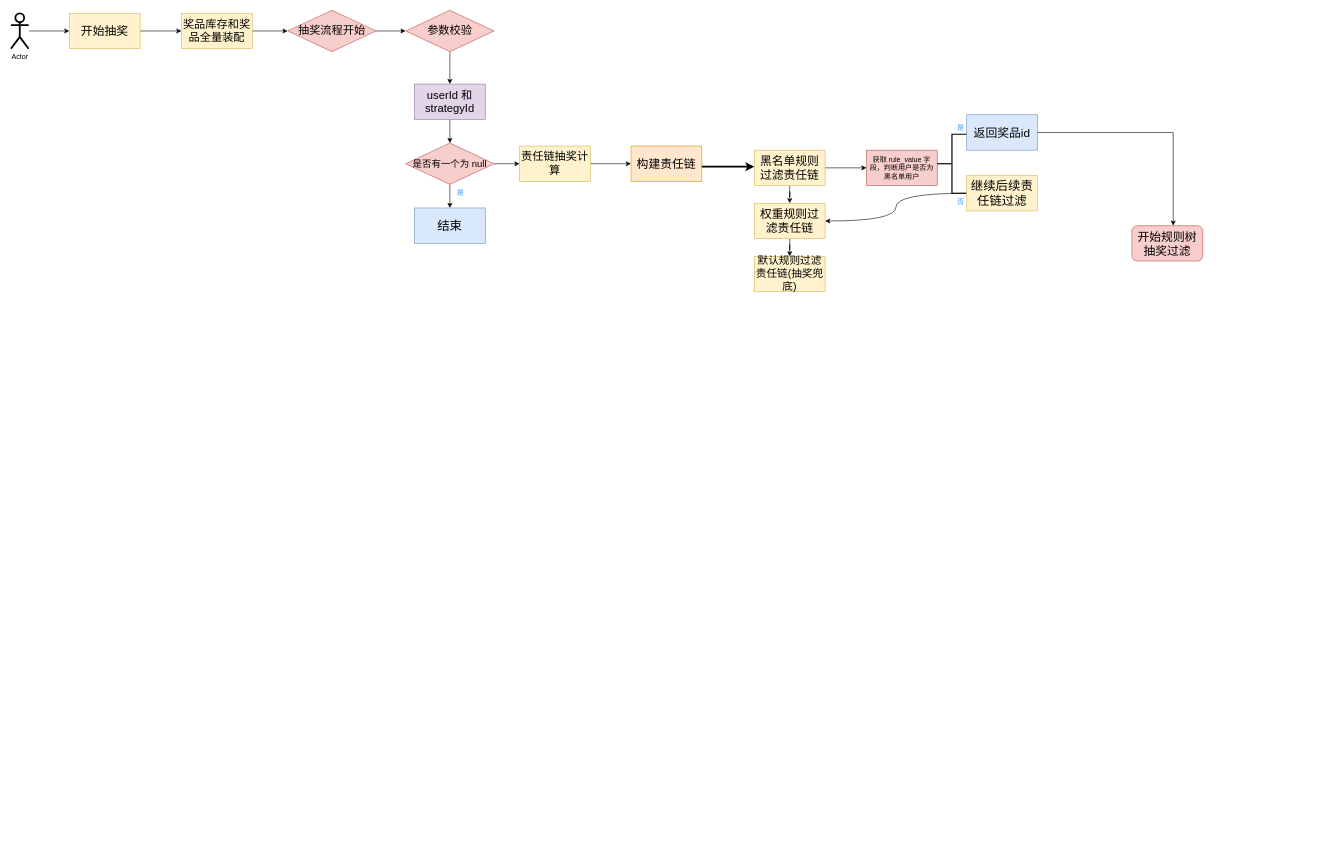
This is images/big-market一阶段流程图.drawio from LYT0905/big-market, a draw.io file, before an edit. Source tidied: cells renumbered, new cells numbered last; positions are measured from the earlier drawing's top-left corner, leaving out a move shared by most shapes. Both pictures are drawn from the tidied source at 59%, with x=0, y=0 at pixel (11, 10).
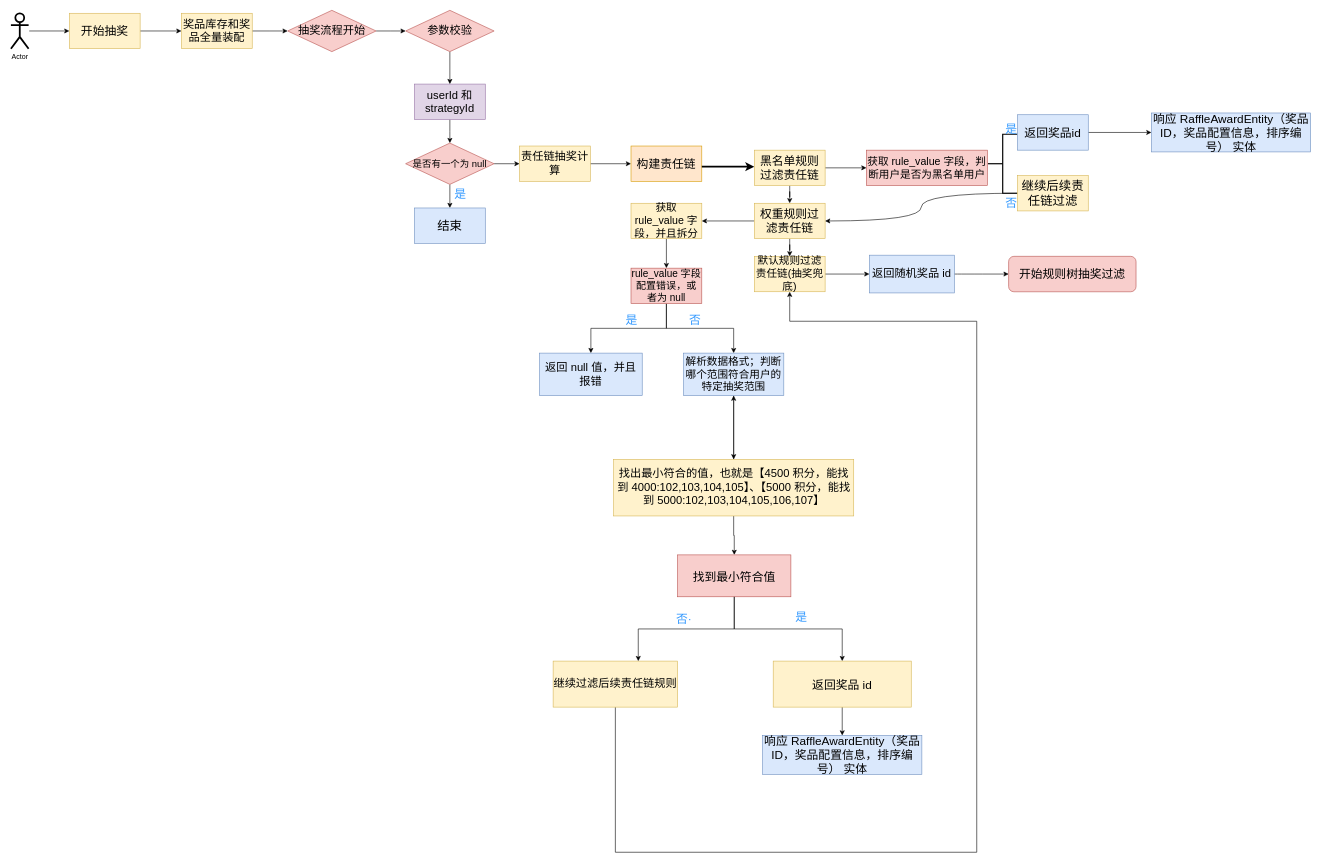
After the change.

Commit message (it also covers changes not shown here):
更新big-market一阶段流程图.drawio

Unchanged cells that the change refers to:
```xml
<mxCell id="27" value="&lt;font style=&quot;font-size: 20px;&quot;&gt;权重规则过滤责任链&lt;/font&gt;" style="rounded=0;whiteSpace=wrap;html=1;fillColor=#fff2cc;strokeColor=#d6b656;" parent="1" vertex="1">
  <mxGeometry x="1260" y="327" width="120" height="60" as="geometry" />
</mxCell>
<mxCell id="28" value="&lt;font style=&quot;font-size: 18px;&quot;&gt;默认规则过滤责任链(抽奖兜底)&lt;/font&gt;" style="rounded=0;whiteSpace=wrap;html=1;fillColor=#fff2cc;strokeColor=#d6b656;" parent="1" vertex="1">
  <mxGeometry x="1260" y="417" width="120" height="60" as="geometry" />
</mxCell>
```

What changed in the source:
```diff
@@
-    <mxCell id="16" value="&lt;font color=&quot;#3399ff&quot;&gt;是&lt;/font&gt;" style="text;strokeColor=none;align=center;fillColor=none;html=1;verticalAlign=middle;whiteSpace=wrap;rounded=0;" parent="1" vertex="1">
+    <mxCell id="16" value="&lt;font style=&quot;font-size: 20px;&quot; color=&quot;#3399ff&quot;&gt;是&lt;/font&gt;" style="text;strokeColor=none;align=center;fillColor=none;html=1;verticalAlign=middle;whiteSpace=wrap;rounded=0;" parent="1" vertex="1">
       <mxGeometry x="732" y="295" width="60" height="30" as="geometry" />
     </mxCell>
@@
+    <mxCell id="38" style="edgeStyle=orthogonalEdgeStyle;rounded=0;jettySize=auto;html=1;" parent="1" edge="1" source="27" target="42">
+      <mxGeometry relative="1" as="geometry" />
+    </mxCell>
@@
+    <mxCell id="39" style="edgeStyle=orthogonalEdgeStyle;shape=connector;rounded=0;jettySize=auto;html=1;strokeColor=default;align=center;verticalAlign=middle;fontFamily=Helvetica;fontSize=11;fontColor=default;labelBackgroundColor=default;elbow=vertical;endArrow=classic;" parent="1" edge="1" source="28" target="64">
+      <mxGeometry relative="1" as="geometry" />
+    </mxCell>
@@
-    <mxCell id="29" value="获取 rule_value 字段，判断用户是否为黑名单用户" style="rounded=0;whiteSpace=wrap;html=1;fillColor=#f8cecc;strokeColor=#b85450;" parent="1" vertex="1">
-      <mxGeometry x="1450" y="237" width="120" height="60" as="geometry" />
+    <mxCell id="29" value="&lt;font style=&quot;font-size: 18px;&quot;&gt;获取 rule_value 字段，判断用户是否为黑名单用户&lt;/font&gt;" style="rounded=0;whiteSpace=wrap;html=1;fillColor=#f8cecc;strokeColor=#b85450;" parent="1" vertex="1">
+      <mxGeometry x="1450" y="237" width="205" height="60" as="geometry" />
     </mxCell>
     <mxCell id="30" style="strokeWidth=2;html=1;shape=mxgraph.flowchart.annotation_2;align=left;labelPosition=right;" parent="1" vertex="1">
-      <mxGeometry x="1570" y="210" width="50" height="100" as="geometry" />
+      <mxGeometry x="1656" y="210" width="50" height="100" as="geometry" />
     </mxCell>
-    <mxCell id="31" value="&lt;font color=&quot;#3399ff&quot;&gt;是&lt;/font&gt;" style="text;strokeColor=none;align=center;fillColor=none;html=1;verticalAlign=middle;whiteSpace=wrap;rounded=0;" parent="1" vertex="1">
-      <mxGeometry x="1580" y="185" width="60" height="30" as="geometry" />
+    <mxCell id="31" value="&lt;font style=&quot;font-size: 20px;&quot; color=&quot;#3399ff&quot;&gt;是&lt;/font&gt;" style="text;strokeColor=none;align=center;fillColor=none;html=1;verticalAlign=middle;whiteSpace=wrap;rounded=0;" parent="1" vertex="1">
+      <mxGeometry x="1666" y="185" width="60" height="30" as="geometry" />
     </mxCell>
-    <mxCell id="32" value="&lt;font color=&quot;#3399ff&quot;&gt;否&lt;/font&gt;" style="text;strokeColor=none;align=center;fillColor=none;html=1;verticalAlign=middle;whiteSpace=wrap;rounded=0;" parent="1" vertex="1">
-      <mxGeometry x="1580" y="310" width="60" height="30" as="geometry" />
+    <mxCell id="32" value="&lt;font style=&quot;font-size: 20px;&quot; color=&quot;#3399ff&quot;&gt;否&lt;/font&gt;" style="text;strokeColor=none;align=center;fillColor=none;html=1;verticalAlign=middle;whiteSpace=wrap;rounded=0;" parent="1" vertex="1">
+      <mxGeometry x="1666" y="310" width="60" height="30" as="geometry" />
     </mxCell>
+    <mxCell id="40" style="edgeStyle=orthogonalEdgeStyle;shape=connector;rounded=0;jettySize=auto;html=1;strokeColor=default;align=center;verticalAlign=middle;fontFamily=Helvetica;fontSize=11;fontColor=default;labelBackgroundColor=default;elbow=vertical;endArrow=classic;" parent="1" edge="1" source="33" target="65">
+      <mxGeometry relative="1" as="geometry" />
+    </mxCell>
     <mxCell id="33" value="&lt;font style=&quot;font-size: 20px;&quot;&gt;返回奖品id&lt;/font&gt;" style="rounded=0;whiteSpace=wrap;html=1;fillColor=#dae8fc;strokeColor=#6c8ebf;" parent="1" vertex="1">
-      <mxGeometry x="1620" y="177" width="120" height="60" as="geometry" />
+      <mxGeometry x="1706" y="177" width="120" height="60" as="geometry" />
     </mxCell>
@@
     <mxCell id="35" value="&lt;font style=&quot;font-size: 21px;&quot;&gt;继续后续责任链过滤&lt;/font&gt;" style="rounded=0;whiteSpace=wrap;html=1;fillColor=#fff2cc;strokeColor=#d6b656;" parent="1" vertex="1">
-      <mxGeometry x="1620" y="280" width="120" height="60" as="geometry" />
+      <mxGeometry x="1706" y="280" width="120" height="60" as="geometry" />
     </mxCell>
     <mxCell id="36" value="&lt;font style=&quot;font-size: 20px;&quot;&gt;开始规则树抽奖过滤&lt;/font&gt;" style="rounded=1;whiteSpace=wrap;html=1;fillColor=#f8cecc;strokeColor=#b85450;" parent="1" vertex="1">
-      <mxGeometry x="1900" y="365" width="120" height="60" as="geometry" />
+      <mxGeometry x="1691" y="417" width="216" height="60" as="geometry" />
     </mxCell>
-    <mxCell id="37" style="edgeStyle=orthogonalEdgeStyle;rounded=0;jettySize=auto;html=1;entryX=0.583;entryY=0;entryDx=0;entryDy=0;entryPerimeter=0;" parent="1" edge="1" source="33" target="36">
-      <mxGeometry relative="1" as="geometry" />
-    </mxCell>
+    <mxCell id="41" style="edgeStyle=orthogonalEdgeStyle;rounded=0;jettySize=auto;html=1;" parent="1" edge="1" source="42" target="45">
+      <mxGeometry relative="1" as="geometry" />
+    </mxCell>
+    <mxCell id="42" value="&lt;font style=&quot;font-size: 18px;&quot;&gt;获取 rule_value 字段，并且拆分&lt;/font&gt;" style="rounded=0;whiteSpace=wrap;html=1;fillColor=#fff2cc;strokeColor=#d6b656;" parent="1" vertex="1">
+      <mxGeometry x="1051" y="327" width="120" height="60" as="geometry" />
+    </mxCell>
+    <mxCell id="43" style="edgeStyle=orthogonalEdgeStyle;rounded=0;jettySize=auto;html=1;" parent="1" edge="1" source="45" target="46">
+      <mxGeometry relative="1" as="geometry" />
+    </mxCell>
+    <mxCell id="44" style="edgeStyle=orthogonalEdgeStyle;rounded=0;jettySize=auto;html=1;entryX=0.5;entryY=0;entryDx=0;entryDy=0;" parent="1" edge="1" source="45" target="49">
+      <mxGeometry relative="1" as="geometry" />
+    </mxCell>
+    <mxCell id="45" value="&lt;font style=&quot;font-size: 17px;&quot;&gt;rule_value 字段配置错误，或者为 null&lt;/font&gt;" style="rounded=0;whiteSpace=wrap;html=1;fillColor=#f8cecc;strokeColor=#b85450;" parent="1" vertex="1">
+      <mxGeometry x="1051" y="437" width="120" height="60" as="geometry" />
+    </mxCell>
+    <mxCell id="46" value="&lt;font style=&quot;font-size: 19px;&quot;&gt;返回 null 值，并且报错&lt;/font&gt;" style="rounded=0;whiteSpace=wrap;html=1;fillColor=#dae8fc;strokeColor=#6c8ebf;" parent="1" vertex="1">
+      <mxGeometry x="896" y="581" width="174" height="72" as="geometry" />
+    </mxCell>
+    <mxCell id="47" value="&lt;font style=&quot;font-size: 20px;&quot; color=&quot;#3399ff&quot;&gt;是&lt;/font&gt;" style="text;strokeColor=none;align=center;fillColor=none;html=1;verticalAlign=middle;whiteSpace=wrap;rounded=0;" parent="1" vertex="1">
+      <mxGeometry x="1022" y="509" width="60" height="30" as="geometry" />
+    </mxCell>
+    <mxCell id="48" style="edgeStyle=orthogonalEdgeStyle;rounded=0;jettySize=auto;html=1;" parent="1" edge="1" source="49" target="53">
+      <mxGeometry relative="1" as="geometry" />
+    </mxCell>
+    <mxCell id="49" value="&lt;font style=&quot;font-size: 18px;&quot;&gt;解析数据格式；判断哪个范围符合用户的特定抽奖范围&lt;/font&gt;" style="rounded=0;whiteSpace=wrap;html=1;fillColor=#dae8fc;strokeColor=#6c8ebf;" parent="1" vertex="1">
+      <mxGeometry x="1140" y="581" width="170" height="72" as="geometry" />
+    </mxCell>
+    <mxCell id="50" value="&lt;font color=&quot;#3399ff&quot; style=&quot;font-size: 20px;&quot;&gt;否&lt;/font&gt;" style="text;strokeColor=none;align=center;fillColor=none;html=1;verticalAlign=middle;whiteSpace=wrap;rounded=0;" parent="1" vertex="1">
+      <mxGeometry x="1130" y="509" width="60" height="30" as="geometry" />
+    </mxCell>
+    <mxCell id="51" style="edgeStyle=orthogonalEdgeStyle;rounded=0;jettySize=auto;html=1;" parent="1" edge="1" source="53" target="55">
+      <mxGeometry relative="1" as="geometry" />
+    </mxCell>
+    <mxCell id="52" style="edgeStyle=orthogonalEdgeStyle;rounded=0;jettySize=auto;html=1;" parent="1" edge="1" source="53" target="49">
+      <mxGeometry relative="1" as="geometry" />
+    </mxCell>
+    <mxCell id="53" value="&lt;font style=&quot;font-size: 19px;&quot;&gt;找出最小符合的值，也就是【4500 积分，能找到 4000:102,103,104,105】、【5000 积分，能找到 5000:102,103,104,105,106,107】&lt;/font&gt;" style="rounded=0;whiteSpace=wrap;html=1;fillColor=#fff2cc;strokeColor=#d6b656;" parent="1" vertex="1">
+      <mxGeometry x="1021.5" y="761" width="407" height="96" as="geometry" />
+    </mxCell>
+    <mxCell id="54" style="edgeStyle=orthogonalEdgeStyle;rounded=0;jettySize=auto;html=1;entryX=0.5;entryY=0;entryDx=0;entryDy=0;" parent="1" edge="1" source="55" target="61">
+      <mxGeometry relative="1" as="geometry" />
+    </mxCell>
+    <mxCell id="55" value="&lt;font style=&quot;font-size: 20px;&quot;&gt;找到最小符合值&lt;/font&gt;" style="rounded=0;whiteSpace=wrap;html=1;fillColor=#f8cecc;strokeColor=#b85450;" parent="1" vertex="1">
+      <mxGeometry x="1130" y="923" width="192" height="71" as="geometry" />
+    </mxCell>
+    <mxCell id="56" style="edgeStyle=orthogonalEdgeStyle;rounded=0;jettySize=auto;html=1;entryX=0.5;entryY=1;entryDx=0;entryDy=0;elbow=vertical;strokeWidth=1;" parent="1" edge="1" source="57" target="28">
+      <mxGeometry relative="1" as="geometry">
+        <Array as="points">
+          <mxPoint x="1025" y="1427" />
+          <mxPoint x="1637" y="1427" />
+          <mxPoint x="1637" y="527" />
+          <mxPoint x="1320" y="527" />
+        </Array>
+      </mxGeometry>
+    </mxCell>
+    <mxCell id="57" value="&lt;font style=&quot;font-size: 19px;&quot;&gt;继续过滤后续责任链规则&lt;/font&gt;" style="rounded=0;whiteSpace=wrap;html=1;fillColor=#fff2cc;strokeColor=#d6b656;" parent="1" vertex="1">
+      <mxGeometry x="919" y="1103" width="211" height="78" as="geometry" />
+    </mxCell>
+    <mxCell id="58" style="edgeStyle=orthogonalEdgeStyle;rounded=0;jettySize=auto;html=1;entryX=0.684;entryY=0;entryDx=0;entryDy=0;entryPerimeter=0;" parent="1" edge="1" source="55" target="57">
+      <mxGeometry relative="1" as="geometry" />
+    </mxCell>
+    <mxCell id="59" value="&lt;font color=&quot;#3399ff&quot; style=&quot;font-size: 20px;&quot;&gt;否·&lt;/font&gt;" style="text;strokeColor=none;align=center;fillColor=none;html=1;verticalAlign=middle;whiteSpace=wrap;rounded=0;" parent="1" vertex="1">
+      <mxGeometry x="1111" y="1013" width="60" height="36" as="geometry" />
+    </mxCell>
+    <mxCell id="60" style="edgeStyle=orthogonalEdgeStyle;shape=connector;rounded=0;jettySize=auto;html=1;strokeColor=default;align=center;verticalAlign=middle;fontFamily=Helvetica;fontSize=11;fontColor=default;labelBackgroundColor=default;elbow=vertical;endArrow=classic;" parent="1" edge="1" source="61" target="66">
+      <mxGeometry relative="1" as="geometry" />
+    </mxCell>
+    <mxCell id="61" value="&lt;font style=&quot;font-size: 20px;&quot;&gt;返回奖品 id&lt;/font&gt;" style="rounded=0;whiteSpace=wrap;html=1;fillColor=#fff2cc;strokeColor=#d6b656;" parent="1" vertex="1">
+      <mxGeometry x="1292" y="1103" width="234" height="78" as="geometry" />
+    </mxCell>
+    <mxCell id="62" value="&lt;font style=&quot;font-size: 20px;&quot; color=&quot;#3399ff&quot;&gt;是&lt;/font&gt;" style="text;strokeColor=none;align=center;fillColor=none;html=1;verticalAlign=middle;whiteSpace=wrap;rounded=0;" parent="1" vertex="1">
+      <mxGeometry x="1310" y="1013" width="60" height="30" as="geometry" />
+    </mxCell>
+    <mxCell id="63" style="edgeStyle=orthogonalEdgeStyle;rounded=0;jettySize=auto;html=1;exitX=1;exitY=0.5;exitDx=0;exitDy=0;strokeColor=default;align=center;verticalAlign=middle;fontFamily=Helvetica;fontSize=11;fontColor=default;labelBackgroundColor=default;elbow=vertical;endArrow=classic;curved=1;" parent="1" edge="1" source="64" target="36">
+      <mxGeometry relative="1" as="geometry" />
+    </mxCell>
+    <mxCell id="64" value="&lt;font style=&quot;font-size: 19px;&quot;&gt;返回随机奖品 id&lt;/font&gt;" style="rounded=0;whiteSpace=wrap;html=1;fillColor=#dae8fc;strokeColor=#6c8ebf;" parent="1" vertex="1">
+      <mxGeometry x="1455" y="415" width="144" height="64" as="geometry" />
+    </mxCell>
+    <mxCell id="65" value="&lt;font style=&quot;font-size: 20px;&quot;&gt;响应 RaffleAwardEntity（奖品ID，奖品配置信息，排序编号） 实体&lt;/font&gt;" style="rounded=0;whiteSpace=wrap;html=1;fillColor=#dae8fc;strokeColor=#6c8ebf;" parent="1" vertex="1">
+      <mxGeometry x="1933" y="174" width="270" height="66" as="geometry" />
+    </mxCell>
+    <mxCell id="66" value="&lt;font style=&quot;font-size: 20px;&quot;&gt;响应 RaffleAwardEntity（奖品ID，奖品配置信息，排序编号） 实体&lt;/font&gt;" style="rounded=0;whiteSpace=wrap;html=1;fillColor=#dae8fc;strokeColor=#6c8ebf;" parent="1" vertex="1">
+      <mxGeometry x="1274" y="1229" width="270" height="66" as="geometry" />
+    </mxCell>
```
